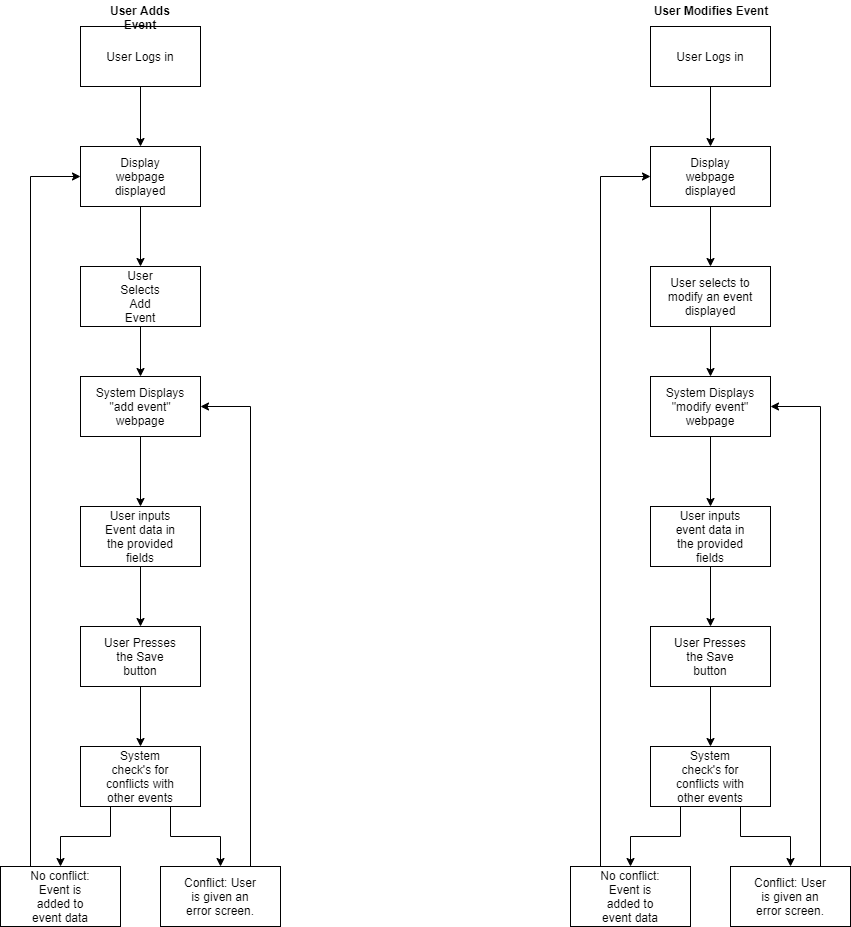
This is add-modify-activity-diagram.png from benjamineavenson/CS320_Project, a draw.io export, as it was before one commit. Source tidied: cells renumbered, new cells last; positions are measured from the earlier drawing's top-left corner, leaving out a move shared by most shapes.
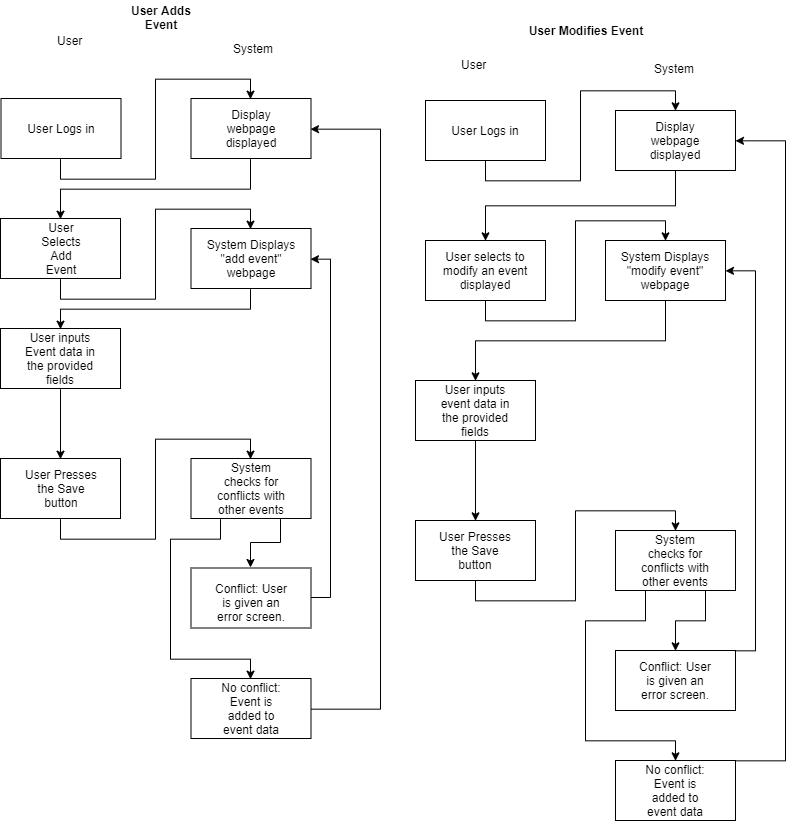
After the change.

Commit message:
add and modify activity diagrams changed to swimlane format

What changed in the source:
```diff
@@ -6,175 +6,223 @@
       <mxGeometry relative="1" as="geometry" />
     </mxCell>
     <mxCell id="3" style="rounded=0;whiteSpace=wrap;html=1;" parent="1" vertex="1">
-      <mxGeometry x="80" y="26" width="120" height="60" as="geometry" />
+      <mxGeometry x="45.5" y="134" width="120" height="60" as="geometry" />
     </mxCell>
     <mxCell id="4" value="User Logs in" style="text;html=1;strokeColor=none;fillColor=none;align=center;verticalAlign=middle;whiteSpace=wrap;rounded=0;" parent="1" vertex="1">
-      <mxGeometry x="100" y="46" width="80" height="20" as="geometry" />
+      <mxGeometry x="65.5" y="154" width="80" height="20" as="geometry" />
     </mxCell>
     <mxCell id="5" style="edgeStyle=orthogonalEdgeStyle;rounded=0;jettySize=auto;html=1;exitX=0.5;exitY=1;exitDx=0;exitDy=0;entryX=0.5;entryY=0;entryDx=0;entryDy=0;" parent="1" edge="1" source="6" target="9">
       <mxGeometry relative="1" as="geometry" />
     </mxCell>
     <mxCell id="6" style="rounded=0;whiteSpace=wrap;html=1;" parent="1" vertex="1">
-      <mxGeometry x="80" y="146" width="120" height="60" as="geometry" />
+      <mxGeometry x="235.5" y="134" width="120" height="60" as="geometry" />
     </mxCell>
     <mxCell id="7" value="Display webpage displayed" style="text;html=1;strokeColor=none;fillColor=none;align=center;verticalAlign=middle;whiteSpace=wrap;rounded=0;" parent="1" vertex="1">
-      <mxGeometry x="120" y="166" width="40" height="20" as="geometry" />
+      <mxGeometry x="275.5" y="154" width="40" height="20" as="geometry" />
     </mxCell>
     <mxCell id="8" style="edgeStyle=orthogonalEdgeStyle;rounded=0;jettySize=auto;html=1;exitX=0.5;exitY=1;exitDx=0;exitDy=0;entryX=0.5;entryY=0;entryDx=0;entryDy=0;" parent="1" edge="1" source="9" target="12">
       <mxGeometry relative="1" as="geometry" />
     </mxCell>
     <mxCell id="9" style="rounded=0;whiteSpace=wrap;html=1;" parent="1" vertex="1">
-      <mxGeometry x="80" y="266" width="120" height="60" as="geometry" />
+      <mxGeometry x="45" y="254" width="120" height="60" as="geometry" />
     </mxCell>
     <mxCell id="10" value="User Selects Add Event" style="text;html=1;strokeColor=none;fillColor=none;align=center;verticalAlign=middle;whiteSpace=wrap;rounded=0;" parent="1" vertex="1">
-      <mxGeometry x="120" y="286" width="40" height="20" as="geometry" />
+      <mxGeometry x="85.5" y="274" width="40" height="20" as="geometry" />
     </mxCell>
     <mxCell id="11" style="edgeStyle=orthogonalEdgeStyle;rounded=0;jettySize=auto;html=1;exitX=0.5;exitY=1;exitDx=0;exitDy=0;entryX=0.5;entryY=0;entryDx=0;entryDy=0;" parent="1" edge="1" source="12" target="15">
       <mxGeometry relative="1" as="geometry" />
     </mxCell>
     <mxCell id="12" style="rounded=0;whiteSpace=wrap;html=1;" parent="1" vertex="1">
-      <mxGeometry x="80" y="376" width="120" height="60" as="geometry" />
+      <mxGeometry x="235.5" y="264" width="120" height="60" as="geometry" />
     </mxCell>
     <mxCell id="13" value="System Displays &quot;add event&quot; webpage" style="text;html=1;strokeColor=none;fillColor=none;align=center;verticalAlign=middle;whiteSpace=wrap;rounded=0;" parent="1" vertex="1">
-      <mxGeometry x="90" y="396" width="100" height="20" as="geometry" />
+      <mxGeometry x="245.5" y="284" width="100" height="20" as="geometry" />
     </mxCell>
     <mxCell id="14" style="edgeStyle=orthogonalEdgeStyle;rounded=0;jettySize=auto;html=1;exitX=0.5;exitY=1;exitDx=0;exitDy=0;entryX=0.5;entryY=0;entryDx=0;entryDy=0;" parent="1" edge="1" source="15" target="18">
       <mxGeometry relative="1" as="geometry" />
     </mxCell>
     <mxCell id="15" style="rounded=0;whiteSpace=wrap;html=1;" parent="1" vertex="1">
-      <mxGeometry x="80" y="506" width="120" height="60" as="geometry" />
+      <mxGeometry x="45" y="364" width="120" height="60" as="geometry" />
     </mxCell>
     <mxCell id="16" value="User inputs Event data in the provided fields" style="text;html=1;strokeColor=none;fillColor=none;align=center;verticalAlign=middle;whiteSpace=wrap;rounded=0;" parent="1" vertex="1">
-      <mxGeometry x="100" y="526" width="80" height="20" as="geometry" />
+      <mxGeometry x="65" y="384" width="80" height="20" as="geometry" />
     </mxCell>
     <mxCell id="17" style="edgeStyle=orthogonalEdgeStyle;rounded=0;jettySize=auto;html=1;exitX=0.5;exitY=1;exitDx=0;exitDy=0;entryX=0.5;entryY=0;entryDx=0;entryDy=0;" parent="1" edge="1" source="18" target="22">
       <mxGeometry relative="1" as="geometry" />
     </mxCell>
     <mxCell id="18" style="rounded=0;whiteSpace=wrap;html=1;" parent="1" vertex="1">
-      <mxGeometry x="80" y="626" width="120" height="60" as="geometry" />
+      <mxGeometry x="45" y="494" width="120" height="60" as="geometry" />
     </mxCell>
     <mxCell id="19" value="User Presses the Save button" style="text;html=1;strokeColor=none;fillColor=none;align=center;verticalAlign=middle;whiteSpace=wrap;rounded=0;" parent="1" vertex="1">
-      <mxGeometry x="100" y="646" width="80" height="20" as="geometry" />
+      <mxGeometry x="65.5" y="514" width="80" height="20" as="geometry" />
     </mxCell>
     <mxCell id="20" style="edgeStyle=orthogonalEdgeStyle;rounded=0;jettySize=auto;html=1;exitX=0.25;exitY=1;exitDx=0;exitDy=0;entryX=0.5;entryY=0;entryDx=0;entryDy=0;" parent="1" edge="1" source="22" target="25">
-      <mxGeometry relative="1" as="geometry" />
+      <mxGeometry relative="1" as="geometry">
+        <Array as="points">
+          <mxPoint x="265.5" y="574" />
+          <mxPoint x="215.5" y="574" />
+          <mxPoint x="215.5" y="694" />
+          <mxPoint x="295.5" y="694" />
+        </Array>
+      </mxGeometry>
     </mxCell>
     <mxCell id="21" style="edgeStyle=orthogonalEdgeStyle;rounded=0;jettySize=auto;html=1;exitX=0.75;exitY=1;exitDx=0;exitDy=0;entryX=0.5;entryY=0;entryDx=0;entryDy=0;" parent="1" edge="1" source="22" target="27">
       <mxGeometry relative="1" as="geometry" />
     </mxCell>
     <mxCell id="22" style="rounded=0;whiteSpace=wrap;html=1;" parent="1" vertex="1">
-      <mxGeometry x="80" y="746" width="120" height="60" as="geometry" />
+      <mxGeometry x="235.5" y="494" width="120" height="60" as="geometry" />
     </mxCell>
-    <mxCell id="23" value="System check's for conflicts with other events" style="text;html=1;strokeColor=none;fillColor=none;align=center;verticalAlign=middle;whiteSpace=wrap;rounded=0;" parent="1" vertex="1">
-      <mxGeometry x="100" y="766" width="80" height="20" as="geometry" />
+    <mxCell id="23" value="System checks for conflicts with other events" style="text;html=1;strokeColor=none;fillColor=none;align=center;verticalAlign=middle;whiteSpace=wrap;rounded=0;" parent="1" vertex="1">
+      <mxGeometry x="255.5" y="514" width="80" height="20" as="geometry" />
     </mxCell>
-    <mxCell id="24" style="edgeStyle=orthogonalEdgeStyle;rounded=0;jettySize=auto;html=1;exitX=0.25;exitY=0;exitDx=0;exitDy=0;entryX=0;entryY=0.5;entryDx=0;entryDy=0;" parent="1" edge="1" source="25" target="6">
-      <mxGeometry relative="1" as="geometry" />
+    <mxCell id="24" style="edgeStyle=orthogonalEdgeStyle;rounded=0;jettySize=auto;html=1;exitX=1;exitY=0.5;exitDx=0;exitDy=0;" parent="1" edge="1" source="25">
+      <mxGeometry relative="1" as="geometry">
+        <mxPoint x="355.5" y="164" as="targetPoint" />
+        <Array as="points">
+          <mxPoint x="425.5" y="744" />
+          <mxPoint x="425.5" y="164" />
+        </Array>
+      </mxGeometry>
     </mxCell>
     <mxCell id="25" style="rounded=0;whiteSpace=wrap;html=1;" parent="1" vertex="1">
-      <mxGeometry y="866" width="120" height="60" as="geometry" />
+      <mxGeometry x="235.5" y="714" width="120" height="60" as="geometry" />
     </mxCell>
-    <mxCell id="26" style="edgeStyle=orthogonalEdgeStyle;rounded=0;jettySize=auto;html=1;exitX=0.75;exitY=0;exitDx=0;exitDy=0;entryX=1;entryY=0.5;entryDx=0;entryDy=0;" parent="1" edge="1" source="27" target="12">
-      <mxGeometry relative="1" as="geometry" />
+    <mxCell id="26" style="edgeStyle=orthogonalEdgeStyle;rounded=0;jettySize=auto;html=1;exitX=1;exitY=0.5;exitDx=0;exitDy=0;entryX=1;entryY=0.5;entryDx=0;entryDy=0;" parent="1" edge="1" source="27" target="12">
+      <mxGeometry relative="1" as="geometry">
+        <Array as="points">
+          <mxPoint x="375.5" y="633" />
+          <mxPoint x="375.5" y="294" />
+        </Array>
+      </mxGeometry>
     </mxCell>
     <mxCell id="27" style="rounded=0;whiteSpace=wrap;html=1;" parent="1" vertex="1">
-      <mxGeometry x="160" y="866" width="120" height="60" as="geometry" />
+      <mxGeometry x="235.5" y="603.5" width="120" height="60" as="geometry" />
     </mxCell>
     <mxCell id="28" value="No conflict: Event is added to event data" style="text;html=1;strokeColor=none;fillColor=none;align=center;verticalAlign=middle;whiteSpace=wrap;rounded=0;" parent="1" vertex="1">
-      <mxGeometry x="20" y="886" width="80" height="20" as="geometry" />
+      <mxGeometry x="255.5" y="734" width="80" height="20" as="geometry" />
     </mxCell>
     <mxCell id="29" value="Conflict: User is given an error screen." style="text;html=1;strokeColor=none;fillColor=none;align=center;verticalAlign=middle;whiteSpace=wrap;rounded=0;" parent="1" vertex="1">
-      <mxGeometry x="180" y="886" width="80" height="20" as="geometry" />
+      <mxGeometry x="255.5" y="627.5" width="80" height="20" as="geometry" />
     </mxCell>
     <mxCell id="30" value="User Adds Event" style="text;html=1;strokeColor=none;fillColor=none;align=center;verticalAlign=middle;whiteSpace=wrap;rounded=0;fontStyle=1;" parent="1" vertex="1">
-      <mxGeometry x="80" width="120" height="20" as="geometry" />
+      <mxGeometry x="145.5" y="36" width="120" height="20" as="geometry" />
     </mxCell>
     <mxCell id="31" style="edgeStyle=orthogonalEdgeStyle;rounded=0;jettySize=auto;html=1;exitX=0.5;exitY=1;exitDx=0;exitDy=0;entryX=0.5;entryY=0;entryDx=0;entryDy=0;" parent="1" edge="1" source="32" target="35">
       <mxGeometry relative="1" as="geometry" />
     </mxCell>
     <mxCell id="32" style="rounded=0;whiteSpace=wrap;html=1;" parent="1" vertex="1">
-      <mxGeometry x="650" y="26" width="120" height="60" as="geometry" />
+      <mxGeometry x="470" y="136" width="120" height="60" as="geometry" />
     </mxCell>
     <mxCell id="33" value="User Logs in" style="text;html=1;strokeColor=none;fillColor=none;align=center;verticalAlign=middle;whiteSpace=wrap;rounded=0;" parent="1" vertex="1">
-      <mxGeometry x="670" y="46" width="80" height="20" as="geometry" />
+      <mxGeometry x="490" y="156" width="80" height="20" as="geometry" />
     </mxCell>
     <mxCell id="34" style="edgeStyle=orthogonalEdgeStyle;rounded=0;jettySize=auto;html=1;exitX=0.5;exitY=1;exitDx=0;exitDy=0;entryX=0.5;entryY=0;entryDx=0;entryDy=0;" parent="1" edge="1" source="35" target="38">
       <mxGeometry relative="1" as="geometry" />
     </mxCell>
     <mxCell id="35" style="rounded=0;whiteSpace=wrap;html=1;" parent="1" vertex="1">
-      <mxGeometry x="650" y="146" width="120" height="60" as="geometry" />
+      <mxGeometry x="660" y="146" width="120" height="60" as="geometry" />
     </mxCell>
     <mxCell id="36" value="Display webpage displayed" style="text;html=1;strokeColor=none;fillColor=none;align=center;verticalAlign=middle;whiteSpace=wrap;rounded=0;" parent="1" vertex="1">
-      <mxGeometry x="690" y="166" width="40" height="20" as="geometry" />
+      <mxGeometry x="700" y="166" width="40" height="20" as="geometry" />
     </mxCell>
     <mxCell id="37" style="edgeStyle=orthogonalEdgeStyle;rounded=0;jettySize=auto;html=1;exitX=0.5;exitY=1;exitDx=0;exitDy=0;entryX=0.5;entryY=0;entryDx=0;entryDy=0;" parent="1" edge="1" source="38" target="41">
       <mxGeometry relative="1" as="geometry" />
     </mxCell>
     <mxCell id="38" style="rounded=0;whiteSpace=wrap;html=1;" parent="1" vertex="1">
-      <mxGeometry x="650" y="266" width="120" height="60" as="geometry" />
+      <mxGeometry x="470" y="276" width="120" height="60" as="geometry" />
     </mxCell>
     <mxCell id="39" value="User selects to modify an event displayed" style="text;html=1;strokeColor=none;fillColor=none;align=center;verticalAlign=middle;whiteSpace=wrap;rounded=0;" parent="1" vertex="1">
-      <mxGeometry x="660" y="286" width="100" height="20" as="geometry" />
+      <mxGeometry x="480" y="296" width="100" height="20" as="geometry" />
     </mxCell>
     <mxCell id="40" style="edgeStyle=orthogonalEdgeStyle;rounded=0;jettySize=auto;html=1;exitX=0.5;exitY=1;exitDx=0;exitDy=0;entryX=0.5;entryY=0;entryDx=0;entryDy=0;" parent="1" edge="1" source="41" target="44">
       <mxGeometry relative="1" as="geometry" />
     </mxCell>
     <mxCell id="41" style="rounded=0;whiteSpace=wrap;html=1;" parent="1" vertex="1">
-      <mxGeometry x="650" y="376" width="120" height="60" as="geometry" />
+      <mxGeometry x="650" y="276" width="120" height="60" as="geometry" />
     </mxCell>
     <mxCell id="42" value="System Displays &quot;modify event&quot; webpage" style="text;html=1;strokeColor=none;fillColor=none;align=center;verticalAlign=middle;whiteSpace=wrap;rounded=0;" parent="1" vertex="1">
-      <mxGeometry x="660" y="396" width="100" height="20" as="geometry" />
+      <mxGeometry x="660" y="296" width="100" height="20" as="geometry" />
     </mxCell>
     <mxCell id="43" style="edgeStyle=orthogonalEdgeStyle;rounded=0;jettySize=auto;html=1;exitX=0.5;exitY=1;exitDx=0;exitDy=0;entryX=0.5;entryY=0;entryDx=0;entryDy=0;" parent="1" edge="1" source="44" target="47">
       <mxGeometry relative="1" as="geometry" />
     </mxCell>
     <mxCell id="44" style="rounded=0;whiteSpace=wrap;html=1;" parent="1" vertex="1">
-      <mxGeometry x="650" y="506" width="120" height="60" as="geometry" />
+      <mxGeometry x="460" y="416" width="120" height="60" as="geometry" />
     </mxCell>
     <mxCell id="45" value="User inputs event data in the provided fields" style="text;html=1;strokeColor=none;fillColor=none;align=center;verticalAlign=middle;whiteSpace=wrap;rounded=0;" parent="1" vertex="1">
-      <mxGeometry x="670" y="526" width="80" height="20" as="geometry" />
+      <mxGeometry x="480" y="436" width="80" height="20" as="geometry" />
     </mxCell>
     <mxCell id="46" style="edgeStyle=orthogonalEdgeStyle;rounded=0;jettySize=auto;html=1;exitX=0.5;exitY=1;exitDx=0;exitDy=0;entryX=0.5;entryY=0;entryDx=0;entryDy=0;" parent="1" edge="1" source="47" target="51">
       <mxGeometry relative="1" as="geometry" />
     </mxCell>
     <mxCell id="47" style="rounded=0;whiteSpace=wrap;html=1;" parent="1" vertex="1">
-      <mxGeometry x="650" y="626" width="120" height="60" as="geometry" />
+      <mxGeometry x="460" y="556" width="120" height="60" as="geometry" />
     </mxCell>
     <mxCell id="48" value="User Presses the Save button" style="text;html=1;strokeColor=none;fillColor=none;align=center;verticalAlign=middle;whiteSpace=wrap;rounded=0;" parent="1" vertex="1">
-      <mxGeometry x="670" y="646" width="80" height="20" as="geometry" />
+      <mxGeometry x="480" y="576" width="80" height="20" as="geometry" />
     </mxCell>
     <mxCell id="49" style="edgeStyle=orthogonalEdgeStyle;rounded=0;jettySize=auto;html=1;exitX=0.25;exitY=1;exitDx=0;exitDy=0;entryX=0.5;entryY=0;entryDx=0;entryDy=0;" parent="1" edge="1" source="51" target="54">
-      <mxGeometry relative="1" as="geometry" />
+      <mxGeometry relative="1" as="geometry">
+        <Array as="points">
+          <mxPoint x="690" y="656" />
+          <mxPoint x="630" y="656" />
+          <mxPoint x="630" y="776" />
+          <mxPoint x="720" y="776" />
+        </Array>
+      </mxGeometry>
     </mxCell>
     <mxCell id="50" style="edgeStyle=orthogonalEdgeStyle;rounded=0;jettySize=auto;html=1;exitX=0.75;exitY=1;exitDx=0;exitDy=0;entryX=0.5;entryY=0;entryDx=0;entryDy=0;" parent="1" edge="1" source="51" target="56">
       <mxGeometry relative="1" as="geometry" />
     </mxCell>
     <mxCell id="51" style="rounded=0;whiteSpace=wrap;html=1;" parent="1" vertex="1">
-      <mxGeometry x="650" y="746" width="120" height="60" as="geometry" />
+      <mxGeometry x="660" y="566" width="120" height="60" as="geometry" />
     </mxCell>
-    <mxCell id="52" value="System check's for conflicts with other events" style="text;html=1;strokeColor=none;fillColor=none;align=center;verticalAlign=middle;whiteSpace=wrap;rounded=0;" parent="1" vertex="1">
-      <mxGeometry x="670" y="766" width="80" height="20" as="geometry" />
+    <mxCell id="52" value="System checks for conflicts with other events" style="text;html=1;strokeColor=none;fillColor=none;align=center;verticalAlign=middle;whiteSpace=wrap;rounded=0;" parent="1" vertex="1">
+      <mxGeometry x="680" y="586" width="80" height="20" as="geometry" />
     </mxCell>
-    <mxCell id="53" style="edgeStyle=orthogonalEdgeStyle;rounded=0;jettySize=auto;html=1;exitX=0.25;exitY=0;exitDx=0;exitDy=0;entryX=0;entryY=0.5;entryDx=0;entryDy=0;" parent="1" edge="1" source="54" target="35">
-      <mxGeometry relative="1" as="geometry" />
+    <mxCell id="53" style="edgeStyle=orthogonalEdgeStyle;rounded=0;jettySize=auto;html=1;exitX=0.25;exitY=0;exitDx=0;exitDy=0;" parent="1" edge="1" source="54">
+      <mxGeometry relative="1" as="geometry">
+        <mxPoint x="780" y="176" as="targetPoint" />
+        <Array as="points">
+          <mxPoint x="830" y="796" />
+          <mxPoint x="830" y="176" />
+        </Array>
+      </mxGeometry>
     </mxCell>
     <mxCell id="54" style="rounded=0;whiteSpace=wrap;html=1;" parent="1" vertex="1">
-      <mxGeometry x="570" y="866" width="120" height="60" as="geometry" />
+      <mxGeometry x="660" y="796" width="120" height="60" as="geometry" />
     </mxCell>
     <mxCell id="55" style="edgeStyle=orthogonalEdgeStyle;rounded=0;jettySize=auto;html=1;exitX=0.75;exitY=0;exitDx=0;exitDy=0;entryX=1;entryY=0.5;entryDx=0;entryDy=0;" parent="1" edge="1" source="56" target="41">
-      <mxGeometry relative="1" as="geometry" />
+      <mxGeometry relative="1" as="geometry">
+        <Array as="points">
+          <mxPoint x="800" y="686" />
+          <mxPoint x="800" y="306" />
+        </Array>
+      </mxGeometry>
     </mxCell>
     <mxCell id="56" style="rounded=0;whiteSpace=wrap;html=1;" parent="1" vertex="1">
-      <mxGeometry x="730" y="866" width="120" height="60" as="geometry" />
+      <mxGeometry x="660" y="686" width="120" height="60" as="geometry" />
     </mxCell>
     <mxCell id="57" value="No conflict: Event is added to event data" style="text;html=1;strokeColor=none;fillColor=none;align=center;verticalAlign=middle;whiteSpace=wrap;rounded=0;" parent="1" vertex="1">
-      <mxGeometry x="590" y="886" width="80" height="20" as="geometry" />
+      <mxGeometry x="680" y="816" width="80" height="20" as="geometry" />
     </mxCell>
     <mxCell id="58" value="Conflict: User is given an error screen." style="text;html=1;strokeColor=none;fillColor=none;align=center;verticalAlign=middle;whiteSpace=wrap;rounded=0;" parent="1" vertex="1">
-      <mxGeometry x="750" y="886" width="80" height="20" as="geometry" />
+      <mxGeometry x="680" y="706" width="80" height="20" as="geometry" />
     </mxCell>
     <mxCell id="59" value="User Modifies Event" style="text;html=1;strokeColor=none;fillColor=none;align=center;verticalAlign=middle;whiteSpace=wrap;rounded=0;fontStyle=1;" parent="1" vertex="1">
-      <mxGeometry x="650" width="120" height="20" as="geometry" />
+      <mxGeometry x="570" y="56" width="120" height="20" as="geometry" />
     </mxCell>
+    <mxCell id="60" value="User" style="text;html=1;align=left;verticalAlign=top;spacingTop=-4;" parent="1" vertex="1">
+      <mxGeometry x="504" y="91" width="40" height="20" as="geometry" />
+    </mxCell>
+    <mxCell id="61" value="System" style="text;html=1;align=left;verticalAlign=top;spacingTop=-4;" parent="1" vertex="1">
+      <mxGeometry x="697" y="95" width="60" height="20" as="geometry" />
+    </mxCell>
+    <mxCell id="62" value="User" style="text;html=1;align=left;verticalAlign=top;spacingTop=-4;" parent="1" vertex="1">
+      <mxGeometry x="100" y="67" width="40" height="20" as="geometry" />
+    </mxCell>
+    <mxCell id="63" value="System" style="text;html=1;align=left;verticalAlign=top;spacingTop=-4;" parent="1" vertex="1">
+      <mxGeometry x="275.5" y="75" width="60" height="20" as="geometry" />
+    </mxCell>
   </root>
 </mxGraphModel>
```
